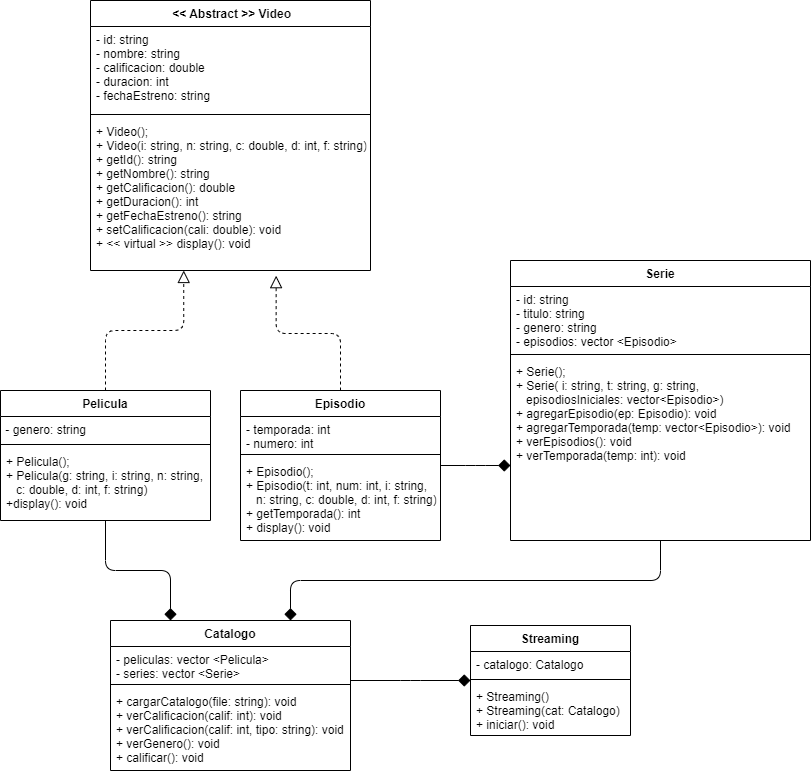
Earlier version of the draw.io export streaming.png (ElizabethAndriano/Streaming). Source tidied: cells renumbered, new cells last; positions are measured from the earlier drawing's top-left corner, leaving out a move shared by most shapes.
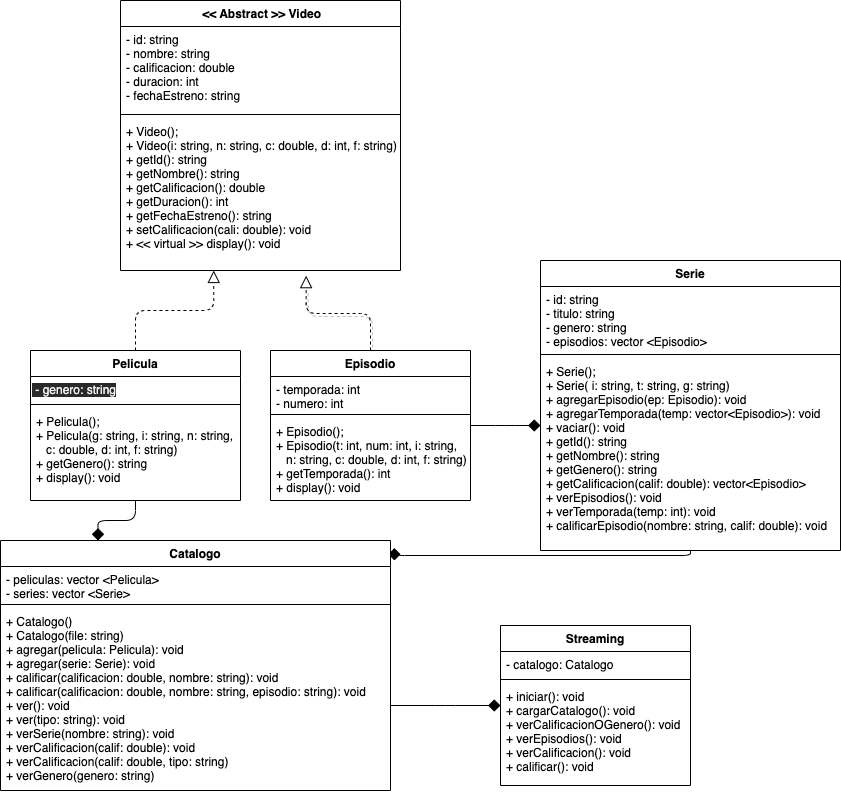
Later version of the same file.

Commit message:
Diagrama actualizado

Change to the diagram source:
```diff
@@ -9,25 +9,25 @@
       <mxGeometry relative="1" as="geometry" />
     </mxCell>
     <mxCell id="4" value="Pelicula" style="swimlane;fontStyle=1;align=center;verticalAlign=top;horizontal=1;startSize=26;" parent="1" vertex="1">
-      <mxGeometry y="390" width="210" height="130" as="geometry" />
+      <mxGeometry y="350" width="210" height="150" as="geometry" />
     </mxCell>
-    <mxCell id="5" value="&lt;span style=&quot;font-family: &amp;#34;helvetica&amp;#34; ; font-size: 12px ; font-style: normal ; font-weight: 400 ; letter-spacing: normal ; text-align: left ; text-indent: 0px ; text-transform: none ; word-spacing: 0px ; display: inline ; float: none ; background-color: rgb(255 , 255 , 255)&quot;&gt;&lt;font color=&quot;#000000&quot;&gt;&amp;nbsp;- genero: string&lt;/font&gt;&lt;/span&gt;" style="text;whiteSpace=wrap;html=1;" parent="4" vertex="1">
+    <mxCell id="5" value="&lt;span style=&quot;color: rgb(240 , 240 , 240) ; font-family: &amp;#34;helvetica&amp;#34; ; font-size: 12px ; font-style: normal ; font-weight: 400 ; letter-spacing: normal ; text-align: left ; text-indent: 0px ; text-transform: none ; word-spacing: 0px ; background-color: rgb(42 , 42 , 42) ; display: inline ; float: none&quot;&gt;&amp;nbsp;- genero: string&lt;/span&gt;" style="text;whiteSpace=wrap;html=1;" parent="4" vertex="1">
       <mxGeometry y="26" width="210" height="24" as="geometry" />
     </mxCell>
     <mxCell id="6" style="line;strokeWidth=1;fillColor=none;align=left;verticalAlign=middle;spacingTop=-1;spacingLeft=3;spacingRight=3;labelPosition=right;" parent="4" vertex="1">
       <mxGeometry y="50" width="210" height="8" as="geometry" />
     </mxCell>
-    <mxCell id="7" value="+ Pelicula();&#10;+ Pelicula(g: string, i: string, n: string, &#10;   c: double, d: int, f: string)&#10;+display(): void" style="text;strokeColor=none;fillColor=none;align=left;verticalAlign=top;spacingLeft=4;spacingRight=4;overflow=hidden;" parent="4" vertex="1">
-      <mxGeometry y="58" width="210" height="72" as="geometry" />
+    <mxCell id="7" value="+ Pelicula();&#10;+ Pelicula(g: string, i: string, n: string, &#10;   c: double, d: int, f: string)&#10;+ getGenero(): string&#10;+ display(): void" style="text;strokeColor=none;fillColor=none;align=left;verticalAlign=top;spacingLeft=4;spacingRight=4;overflow=hidden;" parent="4" vertex="1">
+      <mxGeometry y="58" width="210" height="92" as="geometry" />
     </mxCell>
-    <mxCell id="8" style="edgeStyle=elbowEdgeStyle;html=1;elbow=vertical;endArrow=block;endFill=0;endSize=10;entryX=0.663;entryY=1.034;entryDx=0;entryDy=0;entryPerimeter=0;dashed=1;" parent="1" edge="1" source="15" target="31">
+    <mxCell id="8" style="edgeStyle=elbowEdgeStyle;html=1;elbow=vertical;endArrow=block;endFill=0;endSize=10;entryX=0.663;entryY=1.034;entryDx=0;entryDy=0;entryPerimeter=0;shadow=1;dashed=1;" parent="1" edge="1" source="15" target="31">
       <mxGeometry relative="1" as="geometry" />
     </mxCell>
-    <mxCell id="9" style="edgeStyle=elbowEdgeStyle;elbow=vertical;html=1;entryX=0.75;entryY=0;entryDx=0;entryDy=0;endArrow=diamond;endFill=1;endSize=10;" parent="1" edge="1" source="10" target="20">
+    <mxCell id="9" style="edgeStyle=elbowEdgeStyle;elbow=vertical;html=1;entryX=1.01;entryY=0.08;entryDx=0;entryDy=0;endArrow=diamond;endFill=1;endSize=10;entryPerimeter=0;" parent="1" edge="1" source="10" target="20">
       <mxGeometry relative="1" as="geometry" />
     </mxCell>
     <mxCell id="10" value="Serie" style="swimlane;fontStyle=1;align=center;verticalAlign=top;horizontal=1;startSize=26;" parent="1" vertex="1">
-      <mxGeometry x="510" y="260" width="300" height="280" as="geometry" />
+      <mxGeometry x="510" y="260" width="300" height="290" as="geometry" />
     </mxCell>
     <mxCell id="11" value="- id: string&#10;- titulo: string&#10;- genero: string&#10;- episodios: vector &lt;Episodio&gt;" style="text;strokeColor=none;fillColor=none;align=left;verticalAlign=top;spacingLeft=4;spacingRight=4;overflow=hidden;" parent="10" vertex="1">
       <mxGeometry y="26" width="300" height="64" as="geometry" />
@@ -35,14 +35,14 @@
     <mxCell id="12" style="line;strokeWidth=1;fillColor=none;align=left;verticalAlign=middle;spacingTop=-1;spacingLeft=3;spacingRight=3;labelPosition=right;" parent="10" vertex="1">
       <mxGeometry y="90" width="300" height="8" as="geometry" />
     </mxCell>
-    <mxCell id="13" value="+ Serie();&#10;+ Serie( i: string, t: string, g: string, &#10;   episodiosIniciales: vector&lt;Episodio&gt;)&#10;+ agregarEpisodio(ep: Episodio): void&#10;+ agregarTemporada(temp: vector&lt;Episodio&gt;): void&#10;+ verEpisodios(): void&#10;+ verTemporada(temp: int): void" style="text;strokeColor=none;fillColor=none;align=left;verticalAlign=top;spacingLeft=4;spacingRight=4;overflow=hidden;" parent="10" vertex="1">
-      <mxGeometry y="98" width="300" height="182" as="geometry" />
+    <mxCell id="13" value="+ Serie();&#10;+ Serie( i: string, t: string, g: string)&#10;+ agregarEpisodio(ep: Episodio): void&#10;+ agregarTemporada(temp: vector&lt;Episodio&gt;): void&#10;+ vaciar(): void&#10;+ getId(): string&#10;+ getNombre(): string&#10;+ getGenero(): string&#10;+ getCalificacion(calif: double): vector&lt;Episodio&gt;&#10;+ verEpisodios(): void&#10;+ verTemporada(temp: int): void&#10;+ calificarEpisodio(nombre: string, calif: double): void" style="text;strokeColor=none;fillColor=none;align=left;verticalAlign=top;spacingLeft=4;spacingRight=4;overflow=hidden;" parent="10" vertex="1">
+      <mxGeometry y="98" width="300" height="192" as="geometry" />
     </mxCell>
     <mxCell id="14" style="edgeStyle=elbowEdgeStyle;elbow=vertical;html=1;endArrow=diamond;endFill=1;endSize=10;" parent="1" edge="1" source="15" target="10">
       <mxGeometry relative="1" as="geometry" />
     </mxCell>
     <mxCell id="15" value="Episodio" style="swimlane;fontStyle=1;align=center;verticalAlign=top;horizontal=1;startSize=26;" parent="1" vertex="1">
-      <mxGeometry x="240" y="390" width="200" height="150" as="geometry" />
+      <mxGeometry x="240" y="350" width="200" height="150" as="geometry" />
     </mxCell>
     <mxCell id="16" value="- temporada: int&#10;- numero: int" style="text;strokeColor=none;fillColor=none;align=left;verticalAlign=top;spacingLeft=4;spacingRight=4;overflow=hidden;" parent="15" vertex="1">
       <mxGeometry y="26" width="200" height="34" as="geometry" />
@@ -57,28 +57,28 @@
       <mxGeometry relative="1" as="geometry" />
     </mxCell>
     <mxCell id="20" value="Catalogo" style="swimlane;fontStyle=1;align=center;verticalAlign=top;horizontal=1;startSize=26;" parent="1" vertex="1">
-      <mxGeometry x="110" y="620" width="240" height="150" as="geometry" />
+      <mxGeometry x="-30" y="540" width="390" height="250" as="geometry" />
     </mxCell>
     <mxCell id="21" value="- peliculas: vector &lt;Pelicula&gt;&#10;- series: vector &lt;Serie&gt;" style="text;strokeColor=none;fillColor=none;align=left;verticalAlign=top;spacingLeft=4;spacingRight=4;overflow=hidden;" parent="20" vertex="1">
-      <mxGeometry y="26" width="240" height="34" as="geometry" />
+      <mxGeometry y="26" width="390" height="34" as="geometry" />
     </mxCell>
     <mxCell id="22" style="line;strokeWidth=1;fillColor=none;align=left;verticalAlign=middle;spacingTop=-1;spacingLeft=3;spacingRight=3;labelPosition=right;" parent="20" vertex="1">
-      <mxGeometry y="60" width="240" height="8" as="geometry" />
+      <mxGeometry y="60" width="390" height="8" as="geometry" />
     </mxCell>
-    <mxCell id="23" value="+ cargarCatalogo(file: string): void&#10;+ verCalificacion(calif: int): void&#10;+ verCalificacion(calif: int, tipo: string): void&#10;+ verGenero(): void&#10;+ calificar(): void&#10;" style="text;strokeColor=none;fillColor=none;align=left;verticalAlign=top;spacingLeft=4;spacingRight=4;overflow=hidden;" parent="20" vertex="1">
-      <mxGeometry y="68" width="240" height="82" as="geometry" />
+    <mxCell id="23" value="+ Catalogo()&#10;+ Catalogo(file: string)&#10;+ agregar(pelicula: Pelicula): void&#10;+ agregar(serie: Serie): void&#10;+ calificar(calificacion: double, nombre: string): void&#10;+ calificar(calificacion: double, nombre: string, episodio: string): void&#10;+ ver(): void&#10;+ ver(tipo: string): void&#10;+ verSerie(nombre: string): void&#10;+ verCalificacion(calif: double): void&#10;+ verCalificacion(calif: double, tipo: string)&#10;+ verGenero(genero: string)&#10;&#10;" style="text;strokeColor=none;fillColor=none;align=left;verticalAlign=top;spacingLeft=4;spacingRight=4;overflow=hidden;" parent="20" vertex="1">
+      <mxGeometry y="68" width="390" height="182" as="geometry" />
     </mxCell>
     <mxCell id="24" value="Streaming" style="swimlane;fontStyle=1;align=center;verticalAlign=top;horizontal=1;startSize=26;" parent="1" vertex="1">
-      <mxGeometry x="470" y="625" width="160" height="110" as="geometry" />
+      <mxGeometry x="470" y="625" width="190" height="160" as="geometry" />
     </mxCell>
     <mxCell id="25" value="- catalogo: Catalogo" style="text;strokeColor=none;fillColor=none;align=left;verticalAlign=top;spacingLeft=4;spacingRight=4;overflow=hidden;" parent="24" vertex="1">
-      <mxGeometry y="26" width="160" height="24" as="geometry" />
+      <mxGeometry y="26" width="190" height="24" as="geometry" />
     </mxCell>
     <mxCell id="26" style="line;strokeWidth=1;fillColor=none;align=left;verticalAlign=middle;spacingTop=-1;spacingLeft=3;spacingRight=3;labelPosition=right;" parent="24" vertex="1">
-      <mxGeometry y="50" width="160" height="8" as="geometry" />
+      <mxGeometry y="50" width="190" height="8" as="geometry" />
     </mxCell>
-    <mxCell id="27" value="+ Streaming()&#10;+ Streaming(cat: Catalogo)&#10;+ iniciar(): void" style="text;strokeColor=none;fillColor=none;align=left;verticalAlign=top;spacingLeft=4;spacingRight=4;overflow=hidden;" parent="24" vertex="1">
-      <mxGeometry y="58" width="160" height="52" as="geometry" />
+    <mxCell id="27" value="+ iniciar(): void&#10;+ cargarCatalogo(): void&#10;+ verCalificacionOGenero(): void&#10;+ verEpisodios(): void&#10;+ verCalificacion(): void&#10;+ calificar(): void" style="text;strokeColor=none;fillColor=none;align=left;verticalAlign=top;spacingLeft=4;spacingRight=4;overflow=hidden;" parent="24" vertex="1">
+      <mxGeometry y="58" width="190" height="102" as="geometry" />
     </mxCell>
     <mxCell id="28" value=" &lt;&lt; Abstract &gt;&gt; Video" style="swimlane;fontStyle=1;align=center;verticalAlign=top;horizontal=1;startSize=26;" parent="1" vertex="1">
       <mxGeometry x="90" width="280" height="270" as="geometry" />
```
